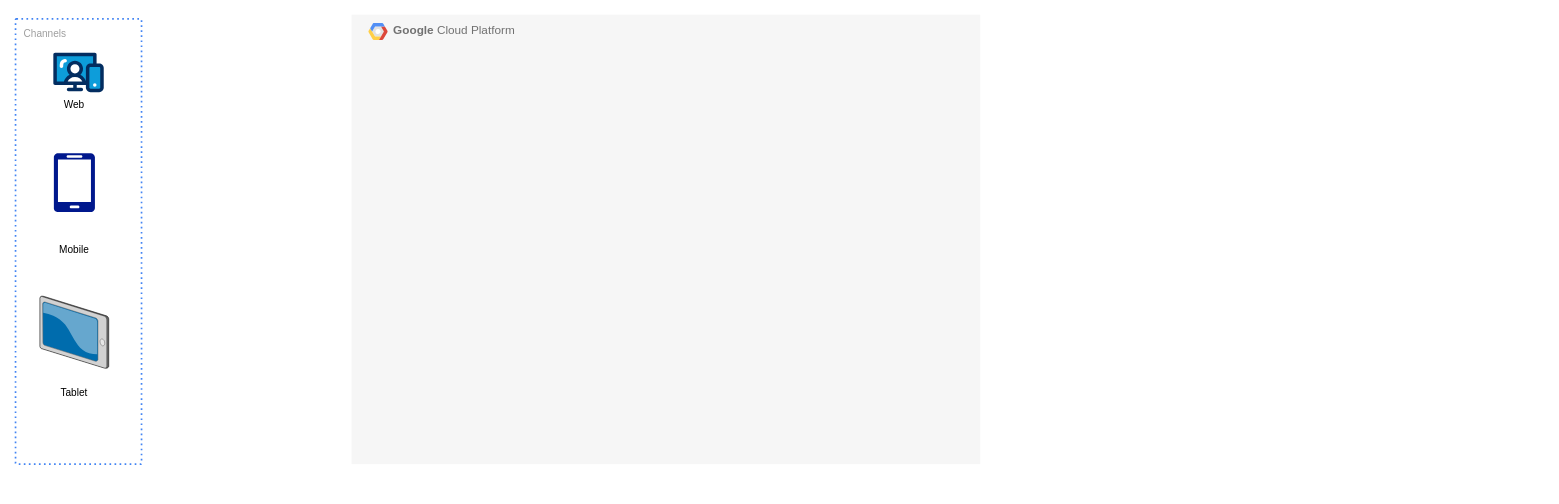
Earlier version of the draw.io diagram PHI_V2.drawio (namanchopra21087/design-documents). Source tidied: cells renumbered, new cells numbered last; positions are measured from the earlier drawing's top-left corner, leaving out a move shared by most shapes. Both pictures are drawn from the tidied source at 84%, with x=0, y=0 at pixel (15, 14). Pictures stored in the file or linked from it are replaced by grey dashed boxes.
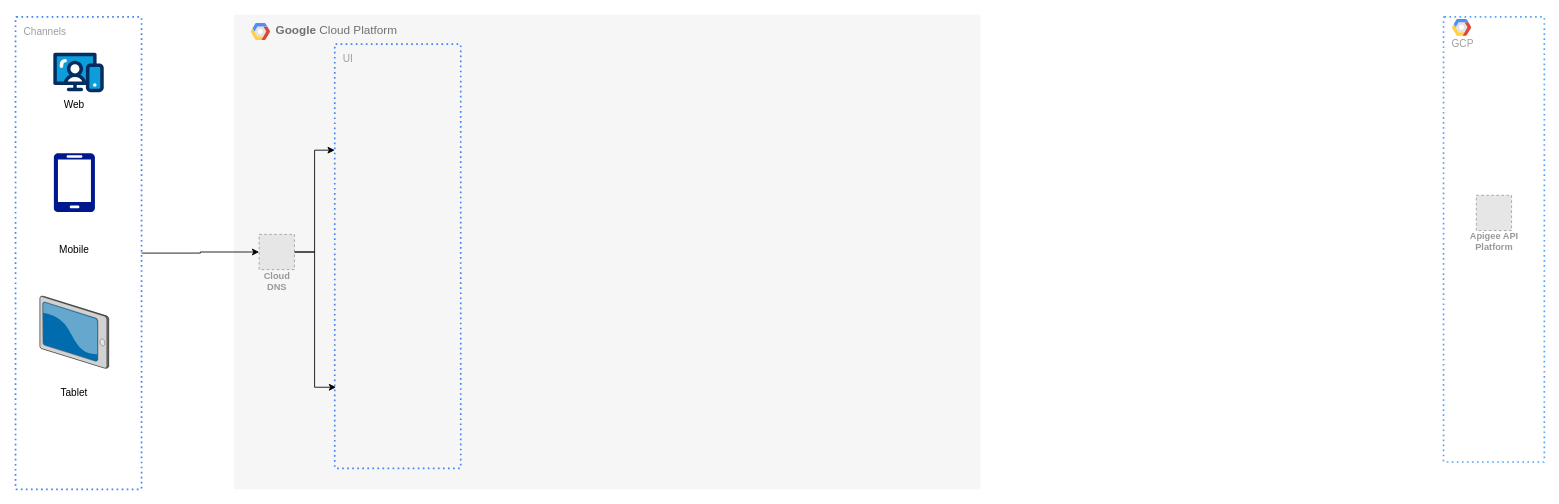
After the change.

Change to the diagram source:
```diff
@@
 <mxGraphModel>
   <root>
     <mxCell id="0" />
     <mxCell id="1" parent="0" />
+    <mxCell id="11" value="&lt;br&gt;GCP" style="rounded=1;absoluteArcSize=1;arcSize=2;html=1;strokeColor=#54a3f8;gradientColor=none;shadow=0;dashed=1;fontSize=12;fontColor=#9E9E9E;align=left;verticalAlign=top;spacing=10;spacingTop=-4;fillColor=none;dashPattern=1 2;strokeWidth=2;" parent="1" vertex="1">
+      <mxGeometry x="1700" y="2.5" width="120" height="530" as="geometry" />
+    </mxCell>
     <mxCell id="2" value="&lt;b&gt;Google &lt;/b&gt;Cloud Platform" style="fillColor=#F6F6F6;strokeColor=none;shadow=0;gradientColor=none;fontSize=14;align=left;spacing=10;fontColor=#717171;9E9E9E;verticalAlign=top;spacingTop=-4;fontStyle=0;spacingLeft=40;html=1;" parent="1" vertex="1">
-      <mxGeometry x="400" width="748.5" height="535" as="geometry" />
+      <mxGeometry x="260" width="888.5" height="565" as="geometry" />
     </mxCell>
     <mxCell id="3" style="shape=mxgraph.gcp2.google_cloud_platform;fillColor=#F6F6F6;strokeColor=none;shadow=0;gradientColor=none;" parent="2" vertex="1">
       <mxGeometry width="23" height="20" relative="1" as="geometry">
         <mxPoint x="20" y="10" as="offset" />
       </mxGeometry>
     </mxCell>
+    <mxCell id="12" style="edgeStyle=orthogonalEdgeStyle;rounded=0;jettySize=auto;html=1;entryX=0;entryY=0.25;entryDx=0;entryDy=0;" parent="2" edge="1" source="13" target="14">
+      <mxGeometry relative="1" as="geometry" />
+    </mxCell>
+    <mxCell id="13" value="Cloud&#10;DNS" style="fillColor=#E6E6E6;strokeColor=#999999;dashed=1;html=1;verticalAlign=top;labelPosition=center;verticalLabelPosition=bottom;align=center;spacingTop=-6;fontSize=11;fontStyle=1;fontColor=#999999;" parent="2" vertex="1">
+      <mxGeometry x="30" y="261.5" width="42" height="42" as="geometry" />
+    </mxCell>
+    <mxCell id="14" value="UI" style="rounded=1;absoluteArcSize=1;arcSize=2;html=1;strokeColor=#4284F3;gradientColor=none;shadow=0;dashed=1;fontSize=12;fontColor=#9E9E9E;align=left;verticalAlign=top;spacing=10;spacingTop=-4;fillColor=none;dashPattern=1 2;strokeWidth=2;" parent="2" vertex="1">
+      <mxGeometry x="120" y="35" width="150" height="505" as="geometry" />
+    </mxCell>
+    <mxCell id="15" style="edgeStyle=orthogonalEdgeStyle;rounded=0;jettySize=auto;html=1;entryX=0.01;entryY=0.809;entryDx=0;entryDy=0;entryPerimeter=0;" parent="2" edge="1" source="13" target="14">
+      <mxGeometry relative="1" as="geometry" />
+    </mxCell>
+    <mxCell id="16" style="edgeStyle=orthogonalEdgeStyle;rounded=0;jettySize=auto;html=1;entryX=0;entryY=0.5;entryDx=0;entryDy=0;" parent="1" edge="1" source="4" target="13">
+      <mxGeometry relative="1" as="geometry" />
+    </mxCell>
     <mxCell id="4" value="Channels" style="rounded=1;absoluteArcSize=1;arcSize=2;html=1;strokeColor=#4284F3;gradientColor=none;shadow=0;dashed=1;fontSize=12;fontColor=#9E9E9E;align=left;verticalAlign=top;spacing=10;spacingTop=-4;fillColor=none;dashPattern=1 2;strokeWidth=2;" parent="1" vertex="1">
-      <mxGeometry y="5" width="150" height="530" as="geometry" />
+      <mxGeometry y="2.5" width="150" height="562.5" as="geometry" />
     </mxCell>
     <mxCell id="5" style="verticalLabelPosition=bottom;html=1;shape=mxgraph.salesforce.web;" parent="1" vertex="1">
       <mxGeometry x="45" y="45" width="60" height="47.4" as="geometry" />
     </mxCell>
     <mxCell id="6" value="&lt;font style=&quot;font-size: 12px;&quot;&gt;Web&lt;/font&gt;" style="text;html=1;strokeColor=none;fillColor=none;align=center;verticalAlign=middle;whiteSpace=wrap;rounded=0;" parent="1" vertex="1">
       <mxGeometry x="40" y="92.4" width="60" height="30" as="geometry" />
     </mxCell>
     <mxCell id="7" style="sketch=0;shadow=0;dashed=0;html=1;strokeColor=none;labelPosition=center;verticalLabelPosition=bottom;verticalAlign=top;align=center;fillColor=#00188D;shape=mxgraph.azure.mobile;" parent="1" vertex="1">
       <mxGeometry x="45.5" y="165" width="49" height="70" as="geometry" />
     </mxCell>
     <mxCell id="8" value="&lt;font style=&quot;font-size: 12px;&quot;&gt;Mobile&lt;/font&gt;" style="text;html=1;strokeColor=none;fillColor=none;align=center;verticalAlign=middle;whiteSpace=wrap;rounded=0;" parent="1" vertex="1">
       <mxGeometry x="40" y="265" width="60" height="30" as="geometry" />
     </mxCell>
     <mxCell id="9" style="verticalLabelPosition=bottom;sketch=0;html=1;verticalAlign=top;strokeColor=none;align=center;shape=mxgraph.citrix.tablet_2;" parent="1" vertex="1">
       <mxGeometry x="29" y="335" width="82" height="86" as="geometry" />
     </mxCell>
     <mxCell id="10" value="&lt;font style=&quot;font-size: 12px;&quot;&gt;Tablet&lt;/font&gt;" style="text;html=1;strokeColor=none;fillColor=none;align=center;verticalAlign=middle;whiteSpace=wrap;rounded=0;" parent="1" vertex="1">
       <mxGeometry x="40" y="435" width="60" height="30" as="geometry" />
     </mxCell>
+    <mxCell id="17" value="Apigee API&#10;Platform" style="fillColor=#E6E6E6;strokeColor=#999999;dashed=1;html=1;verticalAlign=top;labelPosition=center;verticalLabelPosition=bottom;align=center;spacingTop=-6;fontSize=11;fontStyle=1;fontColor=#999999;" parent="1" vertex="1">
+      <mxGeometry x="1739" y="215" width="42" height="42" as="geometry" />
+    </mxCell>
+    <mxCell id="18" style="shape=mxgraph.gcp2.google_cloud_platform;fillColor=#F6F6F6;strokeColor=none;shadow=0;gradientColor=none;" parent="1" vertex="1">
+      <mxGeometry x="1710" y="5" width="23" height="20" as="geometry" />
+    </mxCell>
   </root>
 </mxGraphModel>
```
